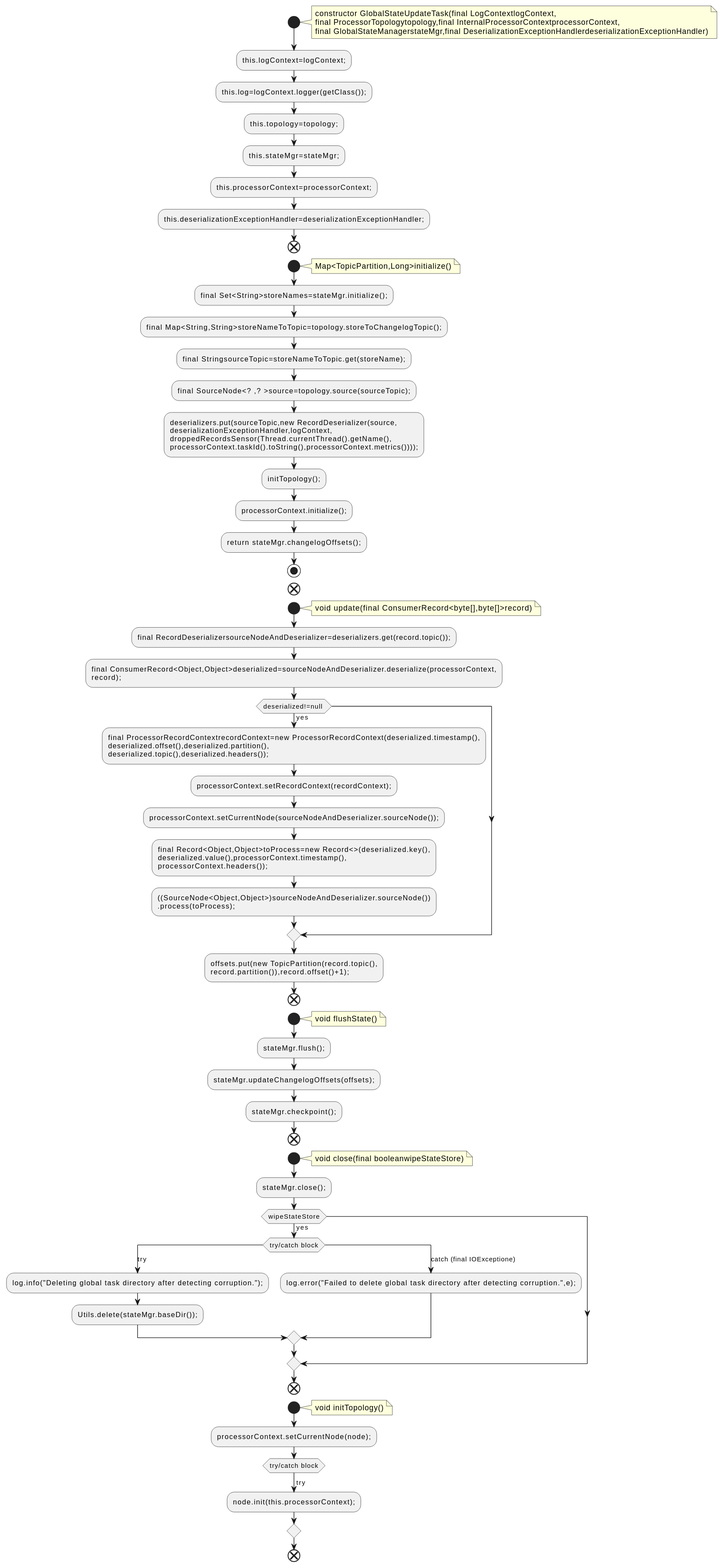
Above: docs/qc/streams/src/main/java/org/apache/kafka/streams/processor/internals/GlobalStateUpdateTask.java.fct.svg in qualitesys/kafka (PlantUML), before the change.
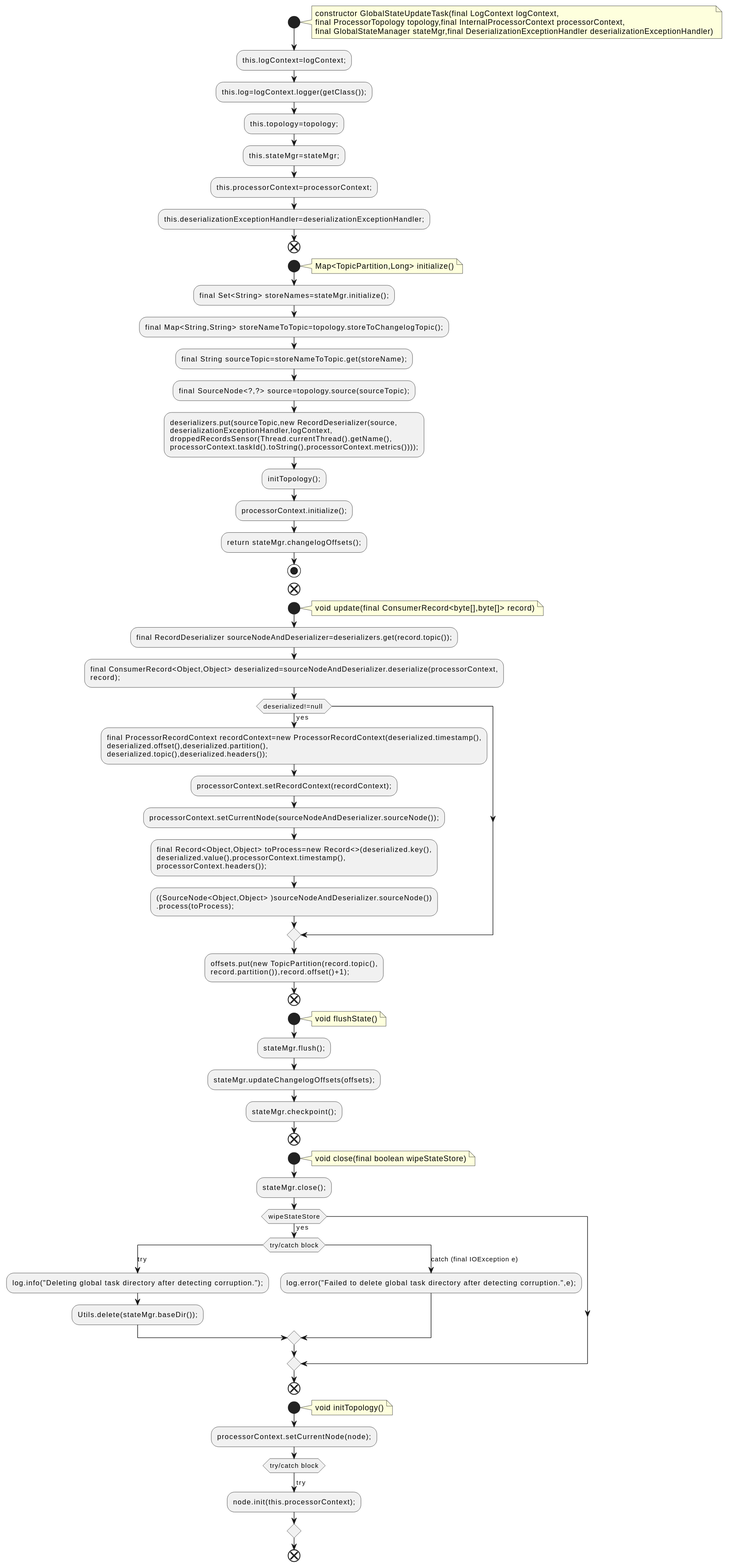
The same diagram one commit later.

The edit, as a diff of the source:
```diff
@@ -2,9 +2,9 @@
 !pragma layout smetana
 start
 note right
-constructor GlobalStateUpdateTask(final LogContextlogContext,
-final ProcessorTopologytopology,final InternalProcessorContextprocessorContext,
-final GlobalStateManagerstateMgr,final DeserializationExceptionHandlerdeserializationExceptionHandler)
+constructor GlobalStateUpdateTask(final LogContext logContext,
+final ProcessorTopology topology,final InternalProcessorContext processorContext,
+final GlobalStateManager stateMgr,final DeserializationExceptionHandler deserializationExceptionHandler)
 end note
 :this.logContext=logContext;;
 :this.log=logContext.logger(getClass());;
@@ -15,12 +15,12 @@
 end
 start
 note right
-Map<TopicPartition,Long>initialize()
+Map<TopicPartition,Long> initialize()
 end note
-:final Set<String>storeNames=stateMgr.initialize();;
-:final Map<String,String>storeNameToTopic=topology.storeToChangelogTopic();;
-:final StringsourceTopic=storeNameToTopic.get(storeName);;
-:final SourceNode<? ,? >source=topology.source(sourceTopic);;
+:final Set<String> storeNames=stateMgr.initialize();;
+:final Map<String,String> storeNameToTopic=topology.storeToChangelogTopic();;
+:final String sourceTopic=storeNameToTopic.get(storeName);;
+:final SourceNode<?,?> source=topology.source(sourceTopic);;
 :deserializers.put(sourceTopic,new RecordDeserializer(source,
 deserializationExceptionHandler,logContext,
 droppedRecordsSensor(Thread.currentThread().getName(),
@@ -32,21 +32,21 @@
 end
 start
 note right
-void update(final ConsumerRecord<byte[],byte[]>record)
+void update(final ConsumerRecord<byte[],byte[]> record)
 end note
-:final RecordDeserializersourceNodeAndDeserializer=deserializers.get(record.topic());;
-:final ConsumerRecord<Object,Object>deserialized=sourceNodeAndDeserializer.deserialize(processorContext,
+:final RecordDeserializer sourceNodeAndDeserializer=deserializers.get(record.topic());;
+:final ConsumerRecord<Object,Object> deserialized=sourceNodeAndDeserializer.deserialize(processorContext,
 record);;
 if (deserialized!=null ) then (yes)
-:final ProcessorRecordContextrecordContext=new ProcessorRecordContext(deserialized.timestamp(),
+:final ProcessorRecordContext recordContext=new ProcessorRecordContext(deserialized.timestamp(),
 deserialized.offset(),deserialized.partition(),
 deserialized.topic(),deserialized.headers());;
 :processorContext.setRecordContext(recordContext);;
 :processorContext.setCurrentNode(sourceNodeAndDeserializer.sourceNode());;
-:final Record<Object,Object>toProcess=new Record<>(deserialized.key(),
+:final Record<Object,Object> toProcess=new Record<>(deserialized.key(),
 deserialized.value(),processorContext.timestamp(),
 processorContext.headers());;
-:((SourceNode<Object,Object>)sourceNodeAndDeserializer.sourceNode())
+:((SourceNode<Object,Object> )sourceNodeAndDeserializer.sourceNode())
 .process(toProcess);;
 endif
 :offsets.put(new TopicPartition(record.topic(),
@@ -62,7 +62,7 @@
 end
 start
 note right
-void close(final booleanwipeStateStore)
+void close(final boolean wipeStateStore)
 end note
 :stateMgr.close();;
 if (wipeStateStore) then (yes)
@@ -70,7 +70,7 @@
 case (try)
 :log.info("Deleting global task directory after detecting corruption.");;
 :Utils.delete(stateMgr.baseDir());;
-case (catch (final IOExceptione))
+case (catch (final IOException e))
 :log.error("Failed to delete global task directory after detecting corruption.",e);;
 endswitch
 endif
```
